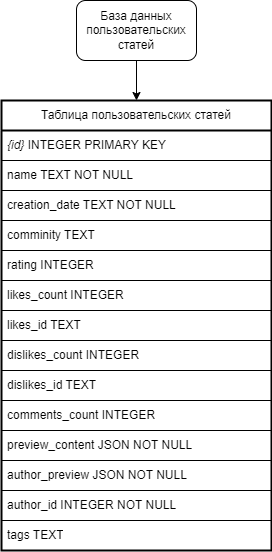
Earlier version of the draw.io export server/doc/source/images/articles.drawio.png (abnormalize0/DailyTeleFrog). Source tidied: cells renumbered, new cells last; positions are measured from the earlier drawing's top-left corner, leaving out a move shared by most shapes.
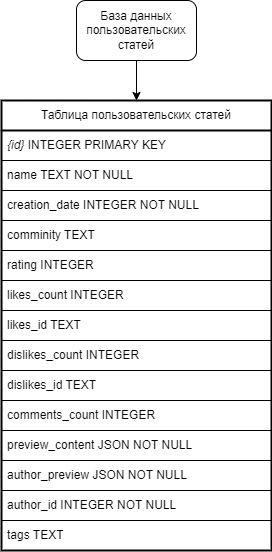
After the change.

What changed in the source:
```diff
@@ -17,7 +17,7 @@
     <mxCell id="6" value="name TEXT NOT NULL" style="text;strokeColor=default;fillColor=none;align=left;verticalAlign=middle;spacingLeft=4;spacingRight=4;overflow=hidden;whiteSpace=wrap;html=1;" parent="4" vertex="1">
       <mxGeometry y="60" width="270" height="30" as="geometry" />
     </mxCell>
-    <mxCell id="7" value="creation_date TEXT NOT NULL" style="text;strokeColor=default;fillColor=none;align=left;verticalAlign=middle;spacingLeft=4;spacingRight=4;overflow=hidden;whiteSpace=wrap;html=1;" parent="4" vertex="1">
+    <mxCell id="7" value="creation_date INTEGER NOT NULL" style="text;strokeColor=default;fillColor=none;align=left;verticalAlign=middle;spacingLeft=4;spacingRight=4;overflow=hidden;whiteSpace=wrap;html=1;" parent="4" vertex="1">
       <mxGeometry y="90" width="270" height="30" as="geometry" />
     </mxCell>
     <mxCell id="8" value="comminity TEXT" style="text;strokeColor=default;fillColor=none;align=left;verticalAlign=middle;spacingLeft=4;spacingRight=4;overflow=hidden;whiteSpace=wrap;html=1;" parent="4" vertex="1">
```
